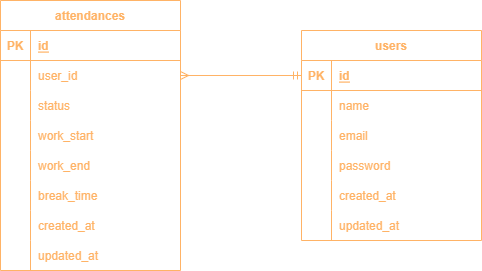
Tanukichi-35/atte keeps this draw.io diagram as ER図.png. Above is the earlier version. Source tidied: cells renumbered, new cells last; positions are measured from the earlier drawing's top-left corner, leaving out a move shared by most shapes.
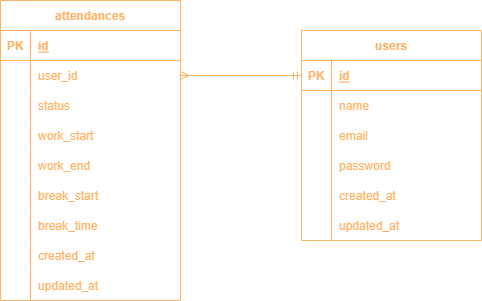
The same diagram one commit later.

The edit, as a diff of the source:
```diff
@@ -3,7 +3,7 @@
     <mxCell id="0" />
     <mxCell id="1" parent="0" />
     <mxCell id="2" value="attendances" style="shape=table;startSize=30;rowLines=0;fontStyle=1;align=center;rounded=0;strokeWidth=1;fillColor=none;strokeColor=#FFB366;fontColor=#FFB366;" parent="1" vertex="1">
-      <mxGeometry width="180" height="270" as="geometry" />
+      <mxGeometry width="180" height="300" as="geometry" />
     </mxCell>
     <mxCell id="3" style="shape=tableRow;horizontal=0;startSize=0;swimlaneHead=0;swimlaneBody=0;top=0;left=0;right=0;bottom=1;rounded=0;strokeWidth=1;swimlaneLine=1;fillColor=none;strokeColor=#FFB366;fontColor=#FFB366;" parent="2" vertex="1">
       <mxGeometry y="30" width="180" height="30" as="geometry" />
@@ -56,11 +56,20 @@
     <mxCell id="19" style="shape=partialRectangle;top=0;left=0;bottom=0;right=0;overflow=hidden;rounded=0;strokeWidth=1;swimlaneLine=1;fillColor=none;strokeColor=#FFB366;fontColor=#FFB366;" parent="18" vertex="1">
       <mxGeometry width="30" height="30" as="geometry" />
     </mxCell>
-    <mxCell id="20" value="break_time" style="shape=partialRectangle;top=0;left=0;bottom=0;right=0;align=left;spacingLeft=6;overflow=hidden;rounded=0;strokeWidth=1;swimlaneLine=1;fillColor=none;strokeColor=#FFB366;fontColor=#FFB366;" parent="18" vertex="1">
+    <mxCell id="20" value="break_start" style="shape=partialRectangle;top=0;left=0;bottom=0;right=0;align=left;spacingLeft=6;overflow=hidden;rounded=0;strokeWidth=1;swimlaneLine=1;fillColor=none;strokeColor=#FFB366;fontColor=#FFB366;" parent="18" vertex="1">
       <mxGeometry x="30" width="150" height="30" as="geometry" />
     </mxCell>
+    <mxCell id="47" style="shape=tableRow;horizontal=0;startSize=0;swimlaneHead=0;swimlaneBody=0;top=0;left=0;right=0;bottom=0;rounded=0;strokeWidth=1;swimlaneLine=1;fillColor=none;strokeColor=#FFB366;fontColor=#FFB366;" parent="2" vertex="1">
+      <mxGeometry y="210" width="180" height="30" as="geometry" />
+    </mxCell>
+    <mxCell id="48" style="shape=partialRectangle;top=0;left=0;bottom=0;right=0;overflow=hidden;rounded=0;strokeWidth=1;swimlaneLine=1;fillColor=none;strokeColor=#FFB366;fontColor=#FFB366;" parent="47" vertex="1">
+      <mxGeometry width="30" height="30" as="geometry" />
+    </mxCell>
+    <mxCell id="49" value="break_time" style="shape=partialRectangle;top=0;left=0;bottom=0;right=0;align=left;spacingLeft=6;overflow=hidden;rounded=0;strokeWidth=1;swimlaneLine=1;fillColor=none;strokeColor=#FFB366;fontColor=#FFB366;" parent="47" vertex="1">
+      <mxGeometry x="30" width="150" height="30" as="geometry" />
+    </mxCell>
     <mxCell id="21" style="shape=tableRow;horizontal=0;startSize=0;swimlaneHead=0;swimlaneBody=0;top=0;left=0;right=0;bottom=0;rounded=0;strokeWidth=1;swimlaneLine=1;fillColor=none;strokeColor=#FFB366;fontColor=#FFB366;" parent="2" vertex="1">
-      <mxGeometry y="210" width="180" height="30" as="geometry" />
+      <mxGeometry y="240" width="180" height="30" as="geometry" />
     </mxCell>
     <mxCell id="22" style="shape=partialRectangle;top=0;left=0;bottom=0;right=0;overflow=hidden;rounded=0;strokeWidth=1;swimlaneLine=1;fillColor=none;strokeColor=#FFB366;fontColor=#FFB366;" parent="21" vertex="1">
       <mxGeometry width="30" height="30" as="geometry" />
@@ -69,7 +78,7 @@
       <mxGeometry x="30" width="150" height="30" as="geometry" />
     </mxCell>
     <mxCell id="24" style="shape=tableRow;horizontal=0;startSize=0;swimlaneHead=0;swimlaneBody=0;top=0;left=0;right=0;bottom=0;rounded=0;strokeWidth=1;swimlaneLine=1;fillColor=none;strokeColor=#FFB366;fontColor=#FFB366;" parent="2" vertex="1">
-      <mxGeometry y="240" width="180" height="30" as="geometry" />
+      <mxGeometry y="270" width="180" height="30" as="geometry" />
     </mxCell>
     <mxCell id="25" style="shape=partialRectangle;top=0;left=0;bottom=0;right=0;overflow=hidden;rounded=0;strokeWidth=1;swimlaneLine=1;fillColor=none;strokeColor=#FFB366;fontColor=#FFB366;" parent="24" vertex="1">
       <mxGeometry width="30" height="30" as="geometry" />
```
